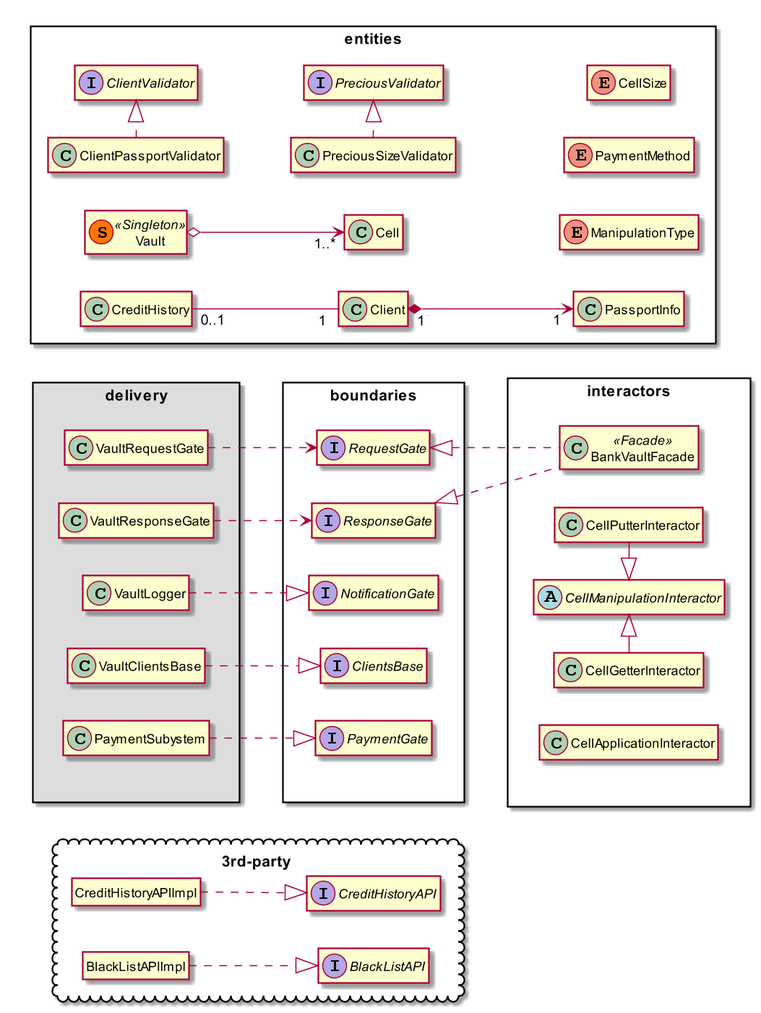
Earlier version of the PlantUML export UML/classDiag.png (wndrws/bank-vault).
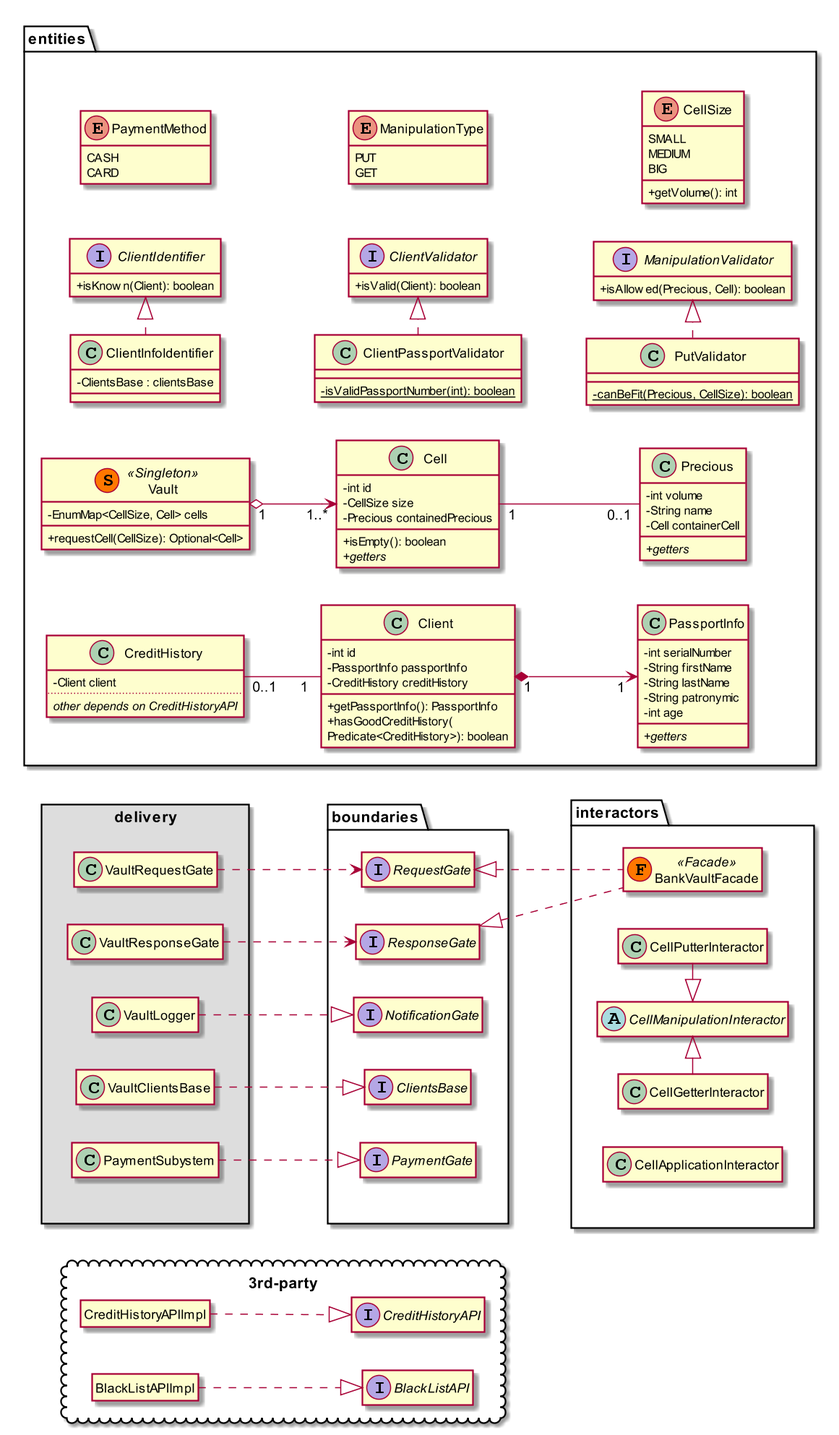
Later version of the same file.

Commit message:
Entities in the class diagram showed in detail

Diff of the diagram source:
```diff
@@ -11,7 +11,7 @@
   class PaymentSubystem
 }
 
-package boundaries <<Rectangle>> {
+package boundaries {
   interface RequestGate
   interface ResponseGate
   interface NotificationGate
@@ -37,8 +37,8 @@
   BlackListAPIImpl .d.|> BlackListAPI
 }
 
-package interactors <<Rectangle>> {
-  class BankVaultFacade << Facade >>
+package interactors {
+  class BankVaultFacade << (F,#FF7700) Facade >>
   class CellApplicationInteractor
   abstract class CellManipulationInteractor
   CellManipulationInteractor <|- CellPutterInteractor
@@ -47,28 +47,39 @@
 
 }
 
-package entities <<Rectangle>> {
+package entities {
   class Vault << (S,#FF7700) Singleton >>
 
-  Vault o--> "1..*" Cell
+
+  Vault "1 " o--> "1..*" Cell
   Client "1 "  *--> "1 " PassportInfo
   CreditHistory "0..1" -- "1 " Client
 
-  enum CellSize
-  enum PaymentMethod
-  enum ManipulationType
-  PreciousValidator -[hidden]- CellSize
-  PreciousSizeValidator -[hidden]- PaymentMethod
-  Cell -[hidden]- ManipulationType
+  class Precious
+  Cell "1" -- "0..1"  Precious
 
-  interface PreciousValidator
-  class PreciousSizeValidator
-  PreciousSizeValidator .|> PreciousValidator
+  together {
+    enum CellSize
+    enum PaymentMethod
+    enum ManipulationType
+
+    PaymentMethod -[hidden]- ManipulationType
+    ManipulationType -[hidden]- CellSize
+  }
+
+  interface ManipulationValidator
+  class PutValidator
+  PutValidator .|> ManipulationValidator
 
   interface ClientValidator
   class ClientPassportValidator
   ClientPassportValidator .|> ClientValidator
-  ClientValidator -[hidden]- PreciousValidator
+  ClientValidator -[hidden]- ManipulationValidator
+
+  interface ClientIdentifier
+  class ClientInfoIdentifier
+  ClientInfoIdentifier .|> ClientIdentifier
+  ClientIdentifier -[hidden]- ClientValidator
 }
 
 delivery -[hidden]- boundaries
@@ -79,4 +90,75 @@
 ResponseGate <|.. BankVaultFacade
 
 
+skinparam classAttributeIconSize 0
+
+show ClientIdentifier methods
+ClientIdentifier : +isKnown(Client): boolean
+
+show ClientInfoIdentifier members
+ClientInfoIdentifier : -ClientsBase : clientsBase
+
+show ClientValidator methods
+ClientValidator : +isValid(Client): boolean
+
+show ClientPassportValidator members
+ClientPassportValidator : -{static} isValidPassportNumber(int): boolean
+
+show ManipulationValidator methods
+ManipulationValidator : +isAllowed(Precious, Cell): boolean
+
+show PutValidator members
+PutValidator : -{static} canBeFit(Precious, CellSize): boolean
+
+show CellSize members
+CellSize : SMALL
+CellSize : MEDIUM
+CellSize : BIG
+CellSize : +getVolume(): int
+
+show PaymentMethod fields
+PaymentMethod : CASH
+PaymentMethod : CARD
+
+show ManipulationType fields
+ManipulationType : PUT
+ManipulationType : GET
+
+show Vault members
+Vault : -EnumMap<CellSize, Cell> cells
+Vault : +requestCell(CellSize): Optional<Cell>
+
+show Cell members
+Cell : -int id
+Cell : -CellSize size
+Cell : -Precious containedPrecious
+Cell : +isEmpty(): boolean
+Cell : +{method} <i>getters</i>
+
+show Precious members
+Precious : -int volume
+Precious : -String name
+Precious : -Cell containerCell
+Precious : +{method} <i>getters</i>
+
+show CreditHistory fields
+CreditHistory : -Client client
+CreditHistory : ..
+CreditHistory : <i>other depends on CreditHistoryAPI</i>
+
+show Client members
+Client : -int id
+Client : -PassportInfo passportInfo
+Client : -CreditHistory creditHistory
+Client : +getPassportInfo(): PassportInfo
+Client : +hasGoodCreditHistory(\nPredicate<CreditHistory>): boolean
+
+show PassportInfo members
+PassportInfo : -int serialNumber
+PassportInfo : -String firstName
+PassportInfo : -String lastName
+PassportInfo : -String patronymic
+PassportInfo : -int age
+PassportInfo : +{method} <i>getters</i>
+
 @enduml
```
